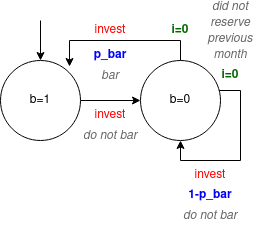
This is presentations/presentation_4/images/PRISM_module_barred.png from Zenchiyu/advanced-formal-tools, a draw.io export, as it was before one commit. Source tidied: cells renumbered, new cells last; positions are measured from the earlier drawing's top-left corner, leaving out a move shared by most shapes.
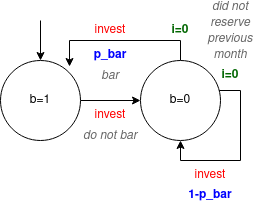
Above is the later version.

The edit, as a diff of the source:
```diff
@@ -57,17 +57,14 @@
     <mxCell id="14" value="&lt;font color=&quot;#666666&quot;&gt;&lt;i&gt;bar&lt;/i&gt;&lt;/font&gt;" style="text;html=1;strokeColor=none;fillColor=none;align=center;verticalAlign=middle;whiteSpace=wrap;rounded=0;" parent="1" vertex="1">
       <mxGeometry x="80" y="45" width="60" height="30" as="geometry" />
     </mxCell>
-    <mxCell id="15" value="&lt;font color=&quot;#666666&quot;&gt;&lt;i&gt;do not bar&lt;/i&gt;&lt;/font&gt;" style="text;html=1;strokeColor=none;fillColor=none;align=center;verticalAlign=middle;whiteSpace=wrap;rounded=0;" parent="1" vertex="1">
-      <mxGeometry x="180" y="185" width="60" height="30" as="geometry" />
+    <mxCell id="15" value="&lt;div&gt;&lt;font color=&quot;#006600&quot;&gt;i=0&lt;br&gt;&lt;/font&gt;&lt;/div&gt;" style="text;html=1;strokeColor=none;fillColor=none;align=center;verticalAlign=middle;whiteSpace=wrap;rounded=0;fontStyle=1;" parent="1" vertex="1">
+      <mxGeometry x="140" width="80" height="30" as="geometry" />
     </mxCell>
-    <mxCell id="16" value="&lt;div&gt;&lt;font color=&quot;#006600&quot;&gt;i=0&lt;br&gt;&lt;/font&gt;&lt;/div&gt;" style="text;html=1;strokeColor=none;fillColor=none;align=center;verticalAlign=middle;whiteSpace=wrap;rounded=0;fontStyle=1;" parent="1" vertex="1">
-      <mxGeometry x="140" width="80" height="30" as="geometry" />
+    <mxCell id="16" value="&lt;div&gt;&lt;font color=&quot;#0000ff&quot;&gt;1-p_bar&lt;/font&gt;&lt;br&gt;&lt;/div&gt;" style="text;html=1;strokeColor=none;fillColor=none;align=center;verticalAlign=middle;whiteSpace=wrap;rounded=0;fontStyle=1;" parent="1" vertex="1">
+      <mxGeometry x="170" y="165" width="80" height="30" as="geometry" />
     </mxCell>
-    <mxCell id="17" value="&lt;div&gt;&lt;font color=&quot;#0000ff&quot;&gt;1-p_bar&lt;/font&gt;&lt;br&gt;&lt;/div&gt;" style="text;html=1;strokeColor=none;fillColor=none;align=center;verticalAlign=middle;whiteSpace=wrap;rounded=0;fontStyle=1;" parent="1" vertex="1">
-      <mxGeometry x="170" y="165" width="80" height="30" as="geometry" />
+    <mxCell id="17" value="&lt;font color=&quot;#666666&quot;&gt;&lt;i&gt;did not reserve previous month&lt;/i&gt;&lt;/font&gt;" style="text;html=1;strokeColor=none;fillColor=none;align=center;verticalAlign=middle;whiteSpace=wrap;rounded=0;" parent="1" vertex="1">
+      <mxGeometry x="200" width="60" height="30" as="geometry" />
     </mxCell>
-    <mxCell id="18" value="&lt;font color=&quot;#666666&quot;&gt;&lt;i&gt;did not reserve previous month&lt;/i&gt;&lt;/font&gt;" style="text;html=1;strokeColor=none;fillColor=none;align=center;verticalAlign=middle;whiteSpace=wrap;rounded=0;" parent="1" vertex="1">
-      <mxGeometry x="200" width="60" height="30" as="geometry" />
-    </mxCell>
   </root>
 </mxGraphModel>
```
